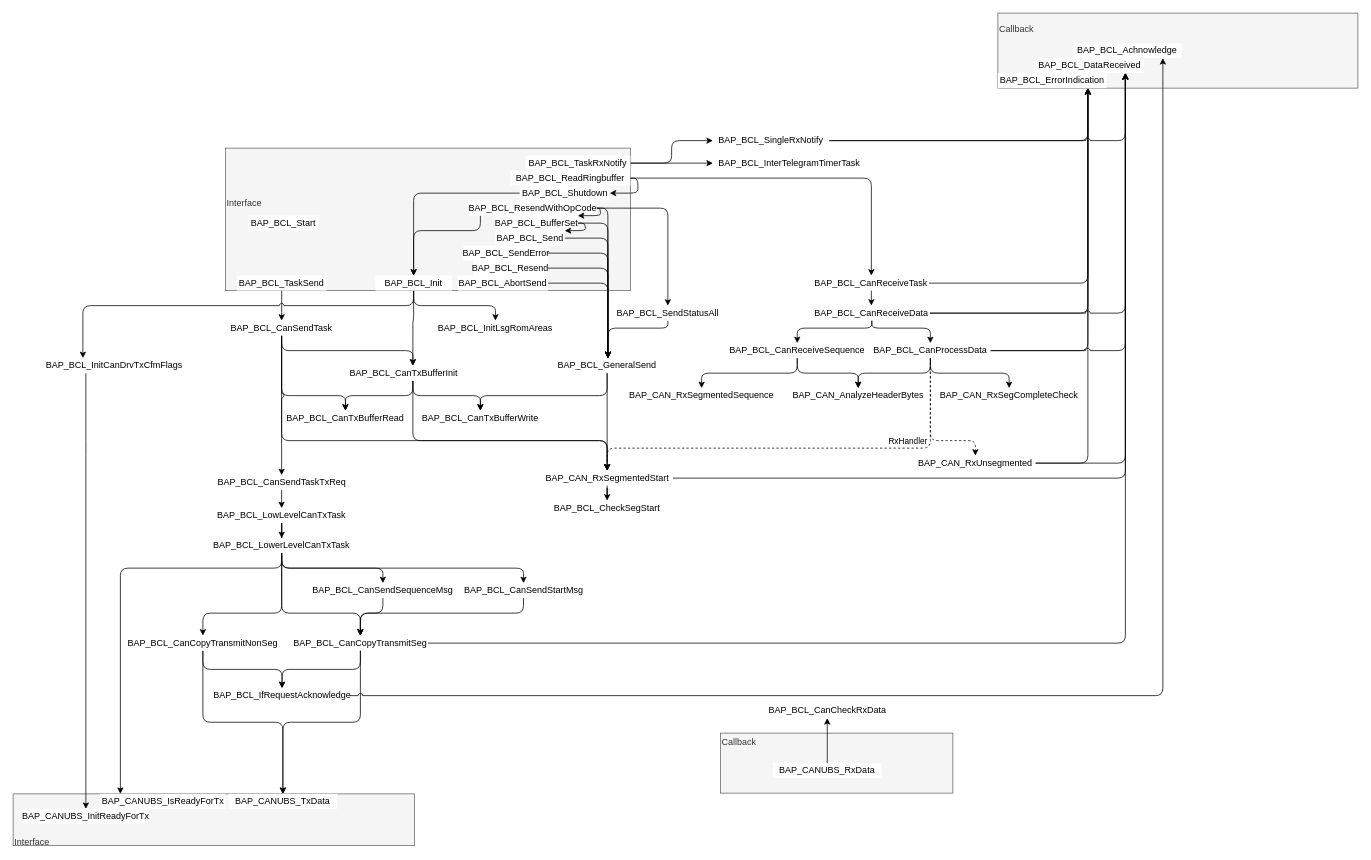
danielroehrborn/flow-design-cheatsheet keeps this draw.io diagram as Untitled Diagram.drawio. Above is the earlier version. Source tidied: cells renumbered, new cells numbered last; positions are measured from the earlier drawing's top-left corner, leaving out a move shared by most shapes. Both pictures are drawn from the tidied source at 75%, with x=0, y=0 at pixel (13, 13).
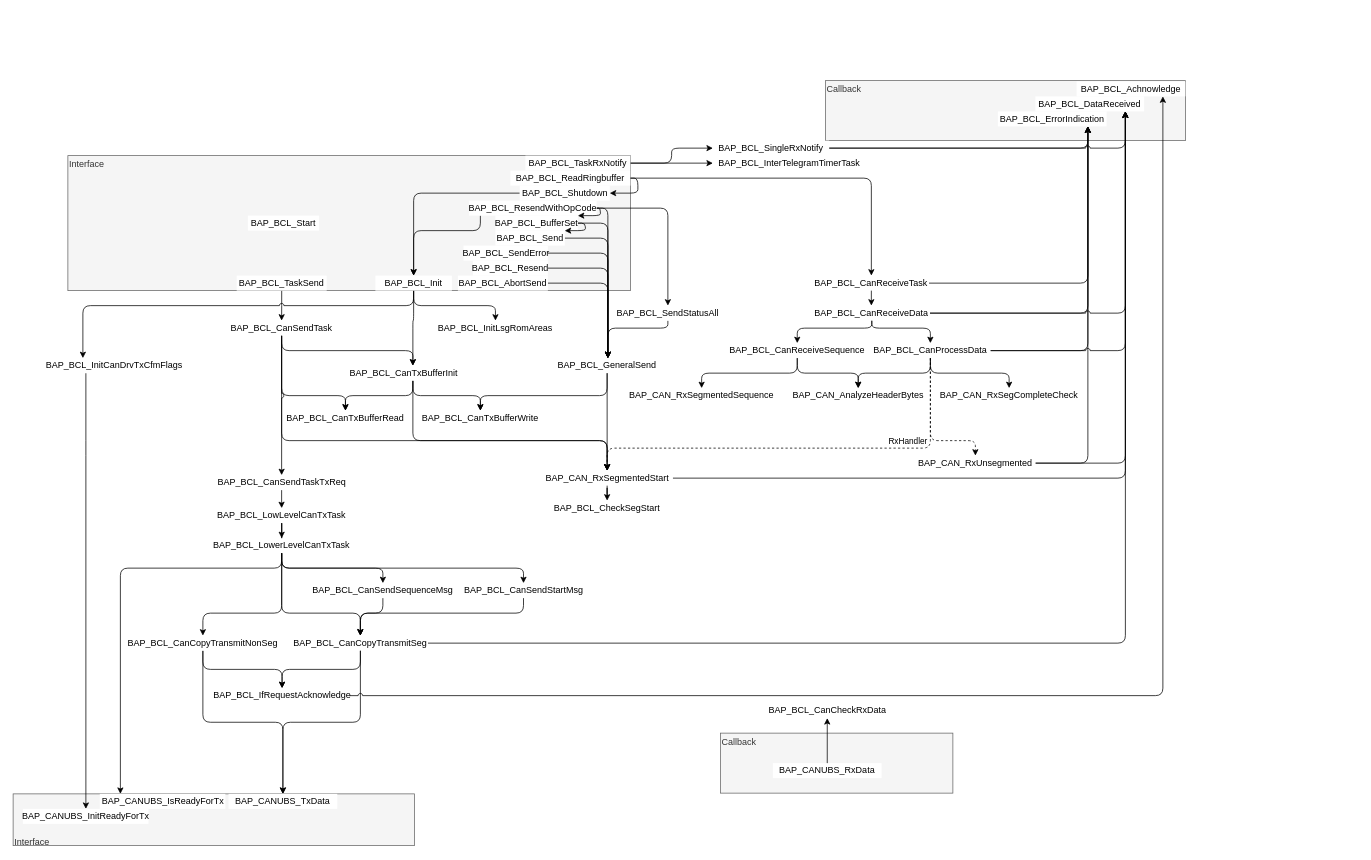
Above is the later version.

Diff of the diagram source:
```diff
@@
     <mxCell id="3" value="Callback&lt;br&gt;&lt;br&gt;&lt;br&gt;&lt;br&gt;&lt;br&gt;" style="rounded=0;whiteSpace=wrap;html=1;align=left;fillColor=#f5f5f5;strokeColor=#666666;fontColor=#333333;" parent="1" vertex="1">
-      <mxGeometry x="1313" width="480" height="100" as="geometry" />
+      <mxGeometry x="1083" y="90" width="480" height="80" as="geometry" />
     </mxCell>
-    <mxCell id="4" value="Interface&lt;br&gt;&lt;br&gt;&lt;br&gt;&lt;br&gt;" style="rounded=0;whiteSpace=wrap;html=1;align=left;fillColor=#f5f5f5;strokeColor=#666666;fontColor=#333333;" parent="1" vertex="1">
-      <mxGeometry x="283" y="180" width="540" height="190" as="geometry" />
+    <mxCell id="4" value="Interface&lt;br&gt;&lt;br&gt;&lt;br&gt;&lt;br&gt;&lt;br&gt;&lt;br&gt;&lt;br&gt;&lt;br&gt;&lt;br&gt;&lt;br&gt;&lt;br&gt;&lt;br&gt;" style="rounded=0;whiteSpace=wrap;html=1;align=left;fillColor=#f5f5f5;strokeColor=#666666;fontColor=#333333;" parent="1" vertex="1">
+      <mxGeometry x="73" y="190" width="750" height="180" as="geometry" />
     </mxCell>
@@
     <mxCell id="38" style="edgeStyle=orthogonalEdgeStyle;rounded=1;jettySize=auto;html=1;jumpStyle=arc;" parent="1" edge="1" source="40" target="87">
       <mxGeometry relative="1" as="geometry">
         <Array as="points">
-          <mxPoint x="1483" y="170" />
+          <mxPoint x="1483" y="180" />
         </Array>
       </mxGeometry>
     </mxCell>
     <mxCell id="39" style="edgeStyle=orthogonalEdgeStyle;rounded=1;jettySize=auto;html=1;" parent="1" edge="1" source="40" target="86">
       <mxGeometry relative="1" as="geometry">
         <Array as="points">
-          <mxPoint x="1433" y="170" />
+          <mxPoint x="1433" y="180" />
         </Array>
       </mxGeometry>
     </mxCell>
     <mxCell id="40" value="BAP_BCL_SingleRxNotify" style="rounded=0;whiteSpace=wrap;html=1;strokeColor=none;" parent="1" vertex="1">
-      <mxGeometry x="933" y="160" width="155" height="20" as="geometry" />
+      <mxGeometry x="933" y="170" width="155" height="20" as="geometry" />
     </mxCell>
@@
     <mxCell id="86" value="BAP_BCL_ErrorIndication" style="rounded=0;whiteSpace=wrap;html=1;strokeColor=none;" parent="1" vertex="1">
-      <mxGeometry x="1313" y="80" width="145" height="20" as="geometry" />
+      <mxGeometry x="1313" y="131" width="145" height="20" as="geometry" />
     </mxCell>
     <mxCell id="87" value="BAP_BCL_DataReceived" style="rounded=0;whiteSpace=wrap;html=1;strokeColor=none;" parent="1" vertex="1">
-      <mxGeometry x="1363" y="60" width="145" height="20" as="geometry" />
+      <mxGeometry x="1363" y="111" width="145" height="20" as="geometry" />
     </mxCell>
     <mxCell id="88" value="BAP_BCL_Achnowledge" style="rounded=0;whiteSpace=wrap;html=1;strokeColor=none;" parent="1" vertex="1">
-      <mxGeometry x="1413" y="40" width="145" height="20" as="geometry" />
+      <mxGeometry x="1418" y="91" width="145" height="20" as="geometry" />
     </mxCell>
```
